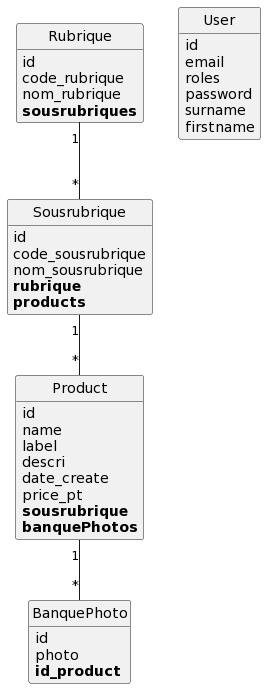
Before: puml/index.png, a diagram exported from PlantUML (jeanmarie80000/village_green_project).
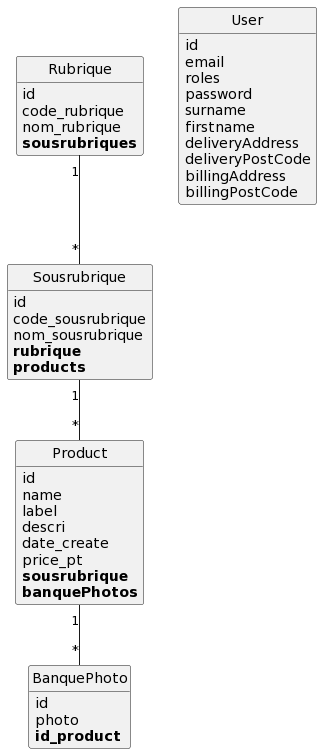
The same diagram one commit later.

The edit, as a diff of the source:
```diff
@@ -38,6 +38,10 @@
 	password
 	surname
 	firstname
+	deliveryAddress
+	deliveryPostCode
+	billingAddress
+	billingPostCode
 }
 
 Product "1"--"*" BanquePhoto
```
